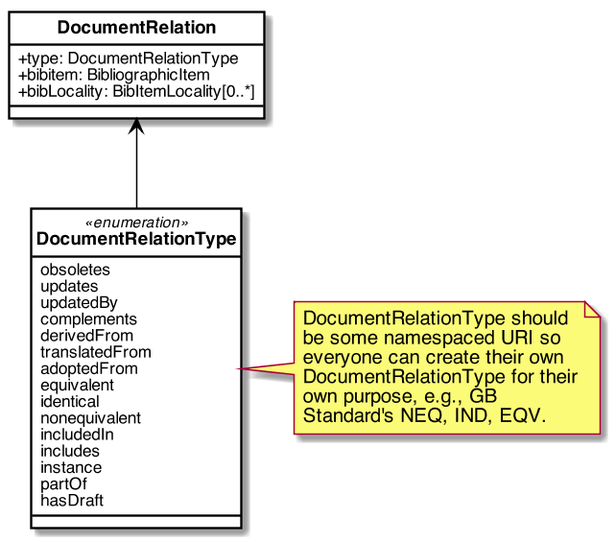
The PlantUML diagram images/RelBib_DocumentRelation.png in relaton/relaton-models, before a commit.
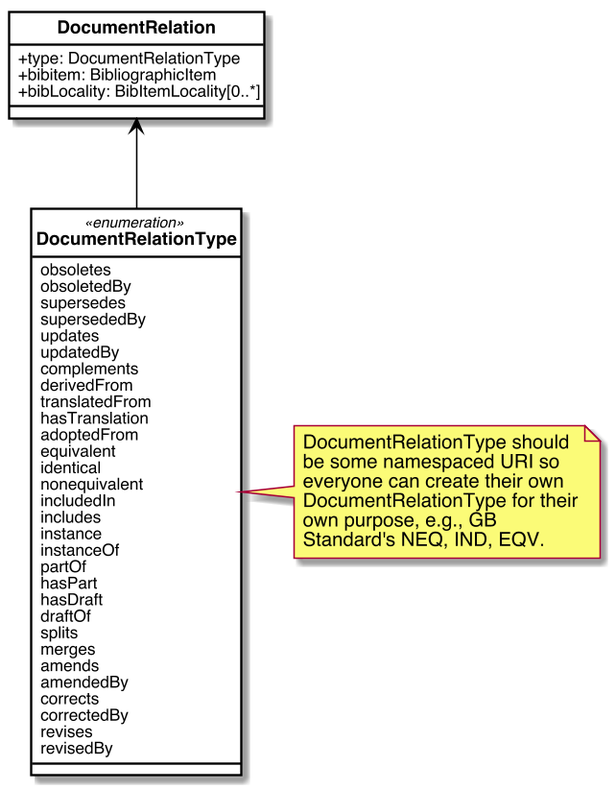
The same file after the commit.

Diff of the diagram source:
```diff
@@ -49,11 +49,15 @@
 
 enum DocumentRelationType <<enumeration>>{
     obsoletes
+    obsoletedBy
+    supersedes
+    supersededBy
     updates
     updatedBy
     complements
     derivedFrom
     translatedFrom
+    hasTranslation
     adoptedFrom
     equivalent
     identical
@@ -61,8 +65,19 @@
     includedIn
     includes
     instance
+    instanceOf
     partOf
+    hasPart
     hasDraft
+    draftOf
+    splits
+    merges
+    amends
+    amendedBy
+    corrects
+    correctedBy
+    revises
+    revisedBy
 }
 
 note right of DocumentRelationType: DocumentRelationType should\nbe some namespaced URI so\neveryone can create their own\nDocumentRelationType for their\nown purpose, e.g., GB\nStandard's NEQ, IND, EQV.
```
